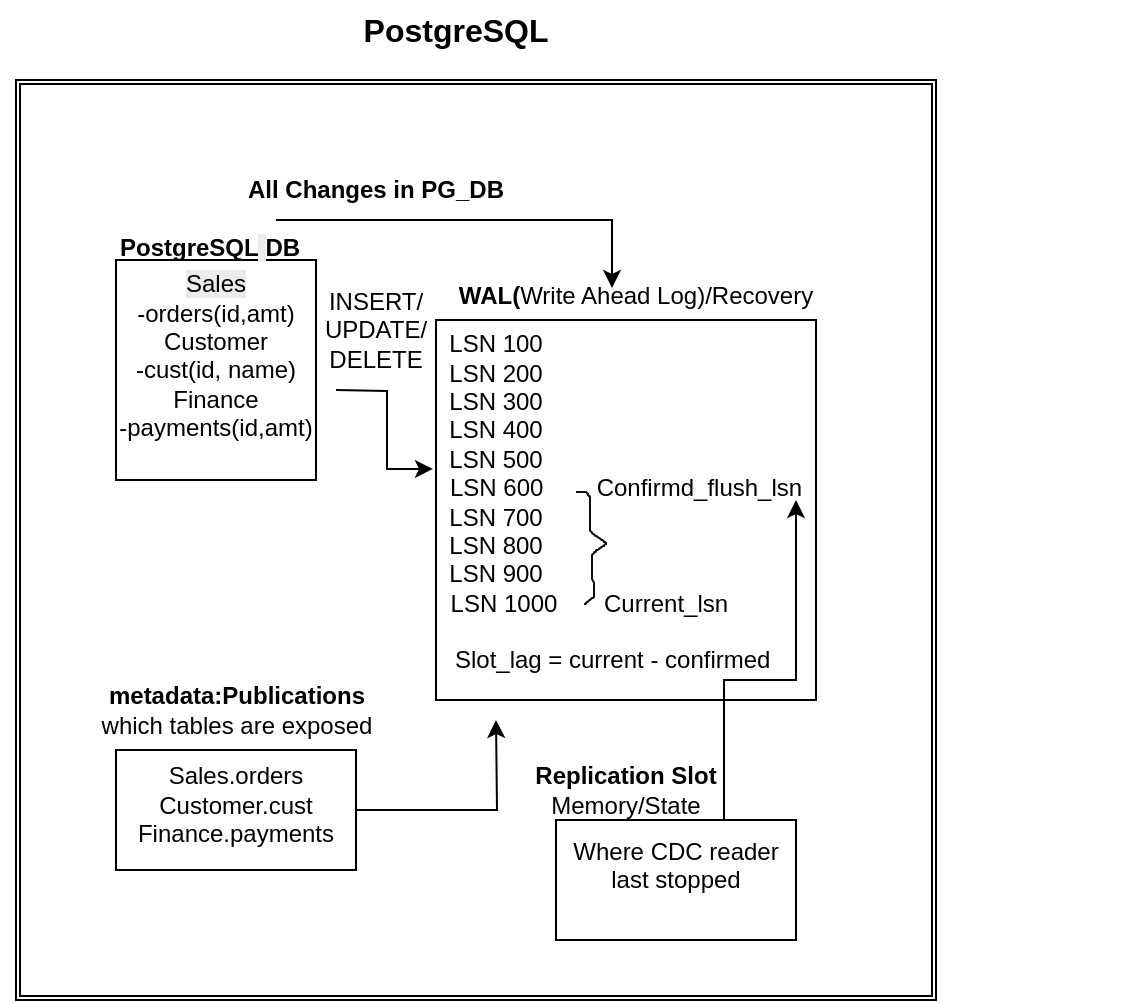
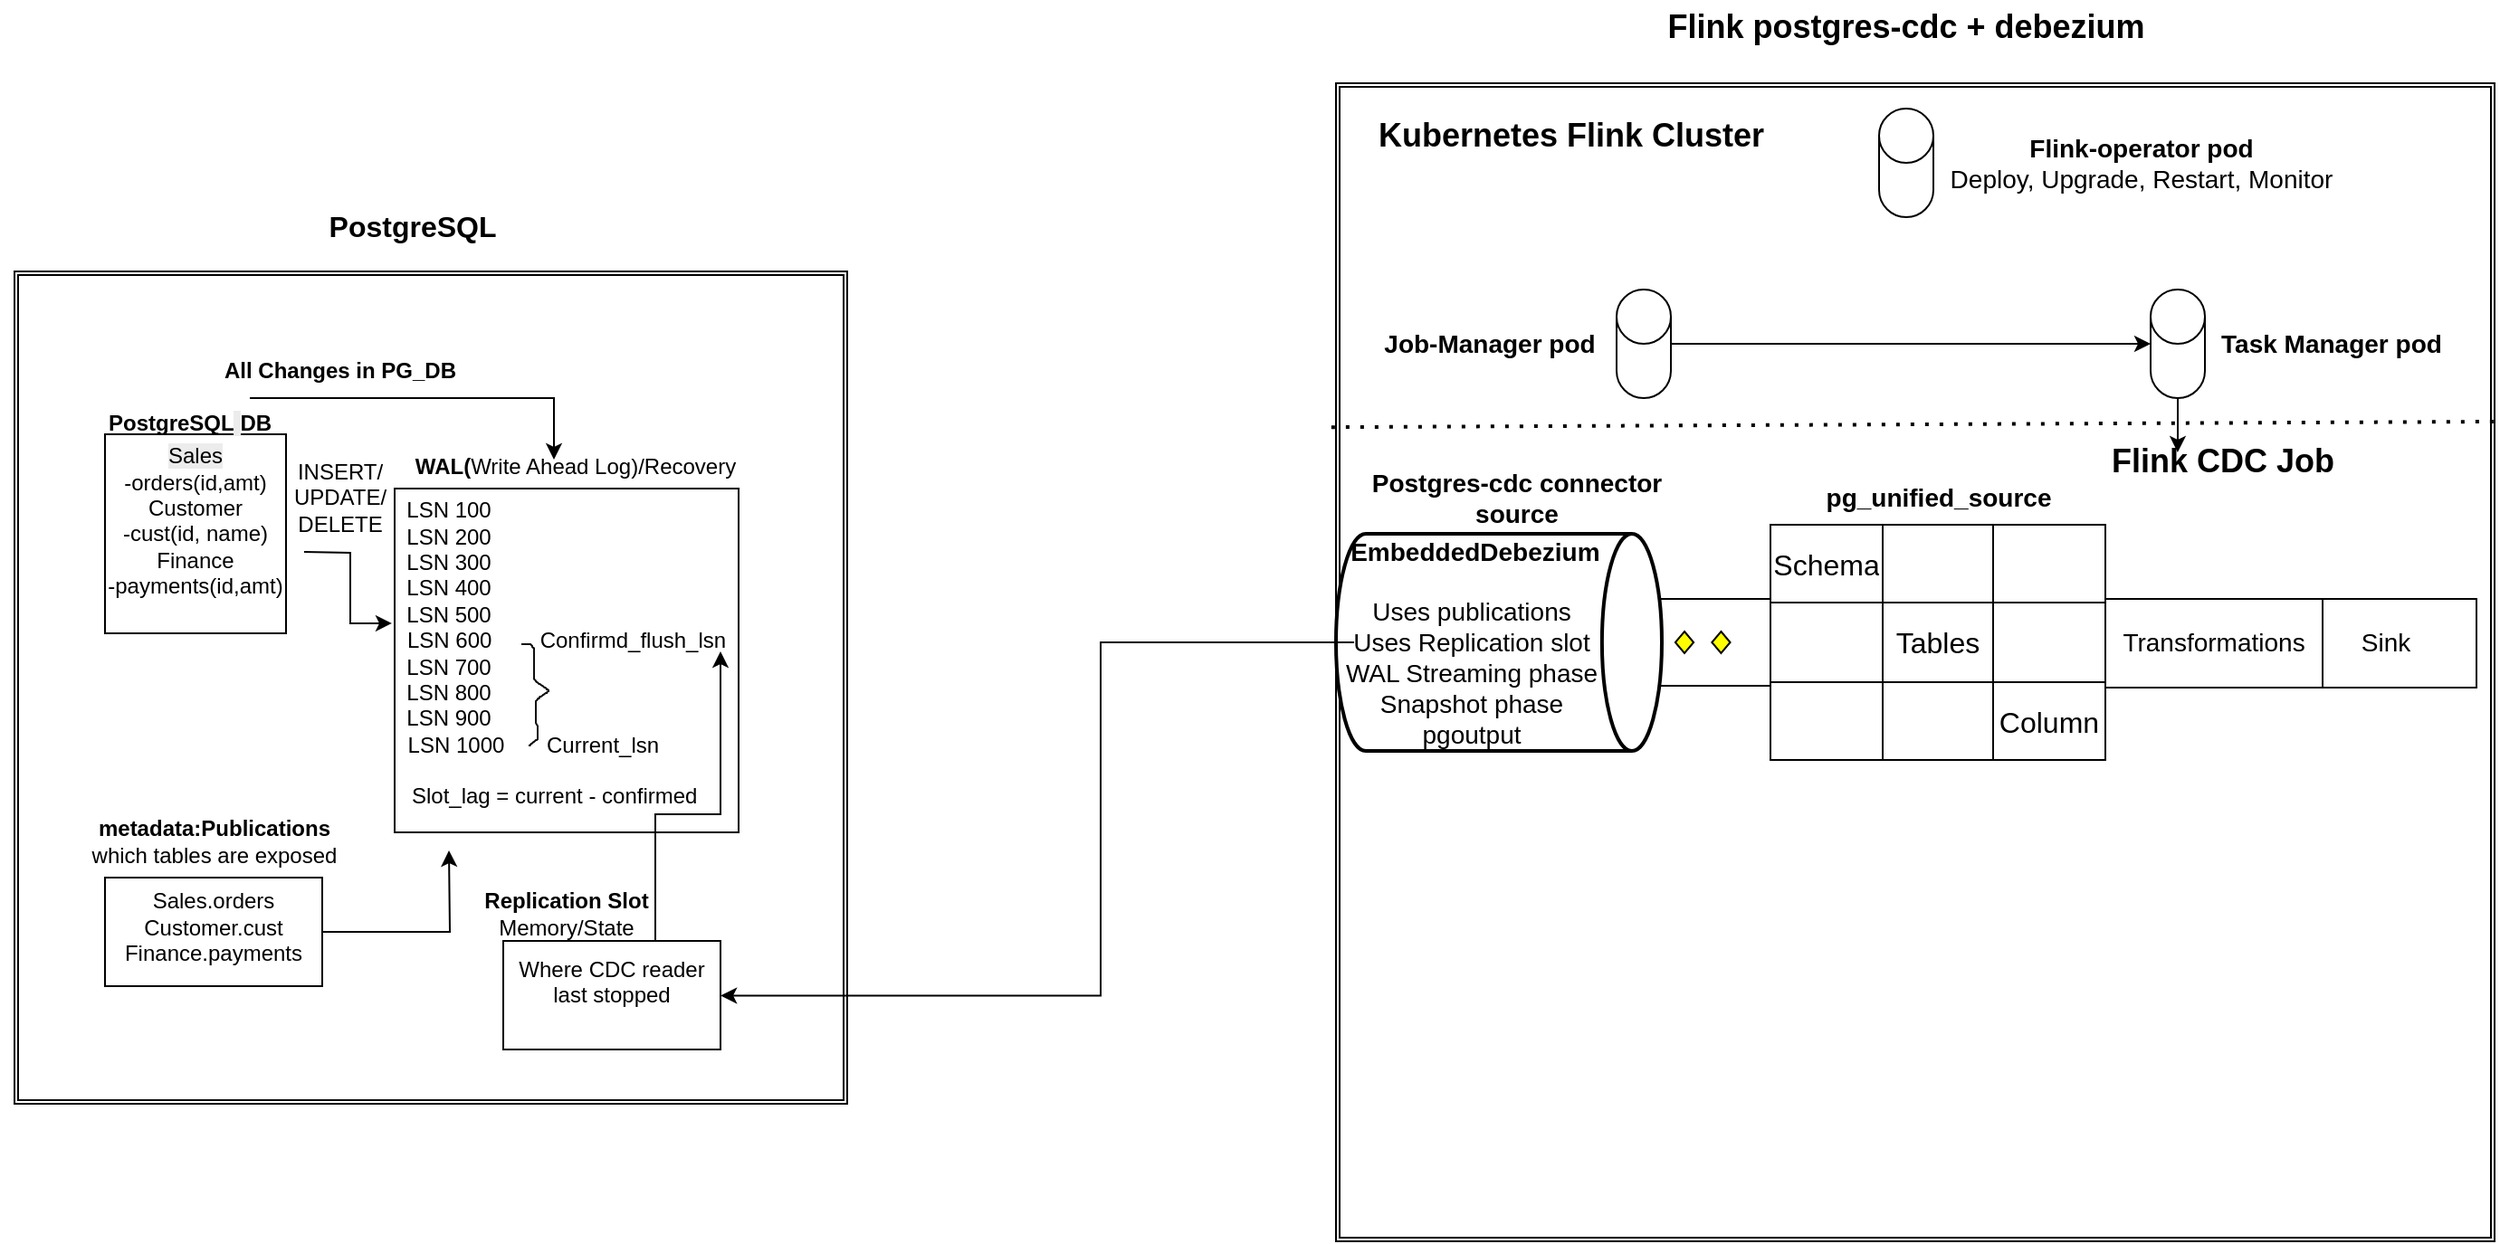
<mxfile host="app.diagrams.net">
  <diagram name="Page-1" id="Q_ZsLJstPfYgno72QKXt">
-     <mxGraphModel dx="2095" dy="1791" grid="1" gridSize="10" guides="1" tooltips="1" connect="1" arrows="1" fold="1" page="1" pageScale="1" pageWidth="850" pageHeight="1100" math="0" shadow="0">
+     <mxGraphModel dx="2315" dy="1913" grid="1" gridSize="10" guides="1" tooltips="1" connect="1" arrows="1" fold="1" page="1" pageScale="1" pageWidth="850" pageHeight="1100" math="0" shadow="0">
      <root>
        <mxCell id="0" />
        <mxCell id="1" parent="0" />
        <mxCell id="VMq2Wqnuxfh8W9JdA98s-28" edge="1" parent="1" style="edgeStyle=orthogonalEdgeStyle;rounded=0;orthogonalLoop=1;jettySize=auto;html=1;exitX=0.5;exitY=1;exitDx=0;exitDy=0;">
          <mxGeometry relative="1" as="geometry">
            <mxPoint x="95" y="410" as="sourcePoint" />
            <mxPoint x="95" y="410" as="targetPoint" />
          </mxGeometry>
        </mxCell>
        <mxCell id="Xwf5mjqP0tRMwdR2nsjf-1" parent="1" style="shape=ext;double=1;whiteSpace=wrap;html=1;aspect=fixed;" value="" vertex="1">
          <mxGeometry height="460" width="460" x="-460" y="-40" as="geometry" />
        </mxCell>
        <mxCell id="Xwf5mjqP0tRMwdR2nsjf-2" parent="1" style="rounded=0;whiteSpace=wrap;html=1;" value="&lt;span style=&quot;caret-color: rgb(0, 0, 0); color: rgb(0, 0, 0); font-family: Helvetica; font-size: 12px; font-style: normal; font-variant-caps: normal; font-weight: 400; letter-spacing: normal; orphans: 2; text-align: center; text-indent: 0px; text-transform: none; white-space: normal; widows: 2; word-spacing: 0px; -webkit-text-stroke-width: 0px; background-color: rgb(236, 236, 236); text-decoration: none; display: inline !important; float: none;&quot;&gt;Sales&lt;/span&gt;&lt;br style=&quot;caret-color: rgb(0, 0, 0); color: rgb(0, 0, 0); font-family: Helvetica; font-size: 12px; font-style: normal; font-variant-caps: normal; font-weight: 400; letter-spacing: normal; orphans: 2; text-align: center; text-indent: 0px; text-transform: none; white-space: normal; widows: 2; word-spacing: 0px; -webkit-text-stroke-width: 0px; text-decoration-line: none; text-decoration-thickness: auto; text-decoration-style: solid;&quot;&gt;&lt;div style=&quot;caret-color: rgb(0, 0, 0); color: rgb(0, 0, 0); font-family: Helvetica; font-size: 12px; font-style: normal; font-variant-caps: normal; font-weight: 400; letter-spacing: normal; orphans: 2; text-align: center; text-indent: 0px; text-transform: none; white-space: normal; widows: 2; word-spacing: 0px; -webkit-text-stroke-width: 0px; text-decoration-line: none; text-decoration-thickness: auto; text-decoration-style: solid;&quot;&gt;-orders(id,amt)&lt;/div&gt;&lt;div style=&quot;caret-color: rgb(0, 0, 0); color: rgb(0, 0, 0); font-family: Helvetica; font-size: 12px; font-style: normal; font-variant-caps: normal; font-weight: 400; letter-spacing: normal; orphans: 2; text-align: center; text-indent: 0px; text-transform: none; white-space: normal; widows: 2; word-spacing: 0px; -webkit-text-stroke-width: 0px; text-decoration-line: none; text-decoration-thickness: auto; text-decoration-style: solid;&quot;&gt;Customer&lt;/div&gt;&lt;div style=&quot;caret-color: rgb(0, 0, 0); color: rgb(0, 0, 0); font-family: Helvetica; font-size: 12px; font-style: normal; font-variant-caps: normal; font-weight: 400; letter-spacing: normal; orphans: 2; text-align: center; text-indent: 0px; text-transform: none; white-space: normal; widows: 2; word-spacing: 0px; -webkit-text-stroke-width: 0px; text-decoration-line: none; text-decoration-thickness: auto; text-decoration-style: solid;&quot;&gt;-cust(id, name)&lt;/div&gt;&lt;div style=&quot;caret-color: rgb(0, 0, 0); color: rgb(0, 0, 0); font-family: Helvetica; font-size: 12px; font-style: normal; font-variant-caps: normal; font-weight: 400; letter-spacing: normal; orphans: 2; text-align: center; text-indent: 0px; text-transform: none; white-space: normal; widows: 2; word-spacing: 0px; -webkit-text-stroke-width: 0px; text-decoration-line: none; text-decoration-thickness: auto; text-decoration-style: solid;&quot;&gt;Finance&lt;/div&gt;&lt;div style=&quot;caret-color: rgb(0, 0, 0); color: rgb(0, 0, 0); font-family: Helvetica; font-size: 12px; font-style: normal; font-variant-caps: normal; font-weight: 400; letter-spacing: normal; orphans: 2; text-align: center; text-indent: 0px; text-transform: none; white-space: normal; widows: 2; word-spacing: 0px; -webkit-text-stroke-width: 0px; text-decoration-line: none; text-decoration-thickness: auto; text-decoration-style: solid;&quot;&gt;-payments(id,amt)&lt;/div&gt;&lt;br class=&quot;Apple-interchange-newline&quot;&gt;" vertex="1">
          <mxGeometry height="110" width="100" x="-410" y="50" as="geometry" />
        </mxCell>
        <mxCell id="Xwf5mjqP0tRMwdR2nsjf-3" parent="1" style="whiteSpace=wrap;html=1;aspect=fixed;" value="" vertex="1">
          <mxGeometry height="190" width="190" x="-250" y="80" as="geometry" />
        </mxCell>
        <mxCell id="Xwf5mjqP0tRMwdR2nsjf-4" edge="1" parent="1" style="edgeStyle=orthogonalEdgeStyle;rounded=0;orthogonalLoop=1;jettySize=auto;html=1;exitX=1;exitY=0.5;exitDx=0;exitDy=0;entryX=-0.008;entryY=0.392;entryDx=0;entryDy=0;entryPerimeter=0;" target="Xwf5mjqP0tRMwdR2nsjf-3">
          <mxGeometry relative="1" as="geometry">
            <mxPoint x="-300" y="115" as="sourcePoint" />
          </mxGeometry>
        </mxCell>
        <mxCell id="Xwf5mjqP0tRMwdR2nsjf-5" parent="1" style="text;html=1;whiteSpace=wrap;strokeColor=none;fillColor=light-dark(transparent,#00E600);align=center;verticalAlign=middle;rounded=0;" value="INSERT/&lt;div&gt;UPDATE/&lt;/div&gt;&lt;div&gt;DELETE&lt;/div&gt;" vertex="1">
          <mxGeometry height="30" width="60" x="-310" y="70" as="geometry" />
        </mxCell>
        <mxCell id="Xwf5mjqP0tRMwdR2nsjf-6" parent="1" style="text;whiteSpace=wrap;html=1;" value="&lt;b style=&quot;caret-color: rgb(0, 0, 0); color: rgb(0, 0, 0); font-family: Helvetica; font-size: 12px; font-style: normal; font-variant-caps: normal; letter-spacing: normal; orphans: 2; text-align: center; text-indent: 0px; text-transform: none; white-space: normal; widows: 2; word-spacing: 0px; -webkit-text-stroke-width: 0px; text-decoration-line: none; text-decoration-thickness: auto; text-decoration-style: solid;&quot;&gt;PostgreSQL&lt;/b&gt;&lt;span style=&quot;caret-color: rgb(0, 0, 0); color: rgb(0, 0, 0); font-family: Helvetica; font-size: 12px; font-style: normal; font-variant-caps: normal; font-weight: 400; letter-spacing: normal; orphans: 2; text-align: center; text-indent: 0px; text-transform: none; white-space: normal; widows: 2; word-spacing: 0px; -webkit-text-stroke-width: 0px; background-color: rgb(236, 236, 236); text-decoration: none; display: inline !important; float: none;&quot;&gt;&lt;span class=&quot;Apple-converted-space&quot;&gt;&amp;nbsp;&lt;/span&gt;&lt;/span&gt;&lt;b style=&quot;caret-color: rgb(0, 0, 0); color: rgb(0, 0, 0); font-family: Helvetica; font-size: 12px; font-style: normal; font-variant-caps: normal; letter-spacing: normal; orphans: 2; text-align: center; text-indent: 0px; text-transform: none; white-space: normal; widows: 2; word-spacing: 0px; -webkit-text-stroke-width: 0px; text-decoration-line: none; text-decoration-thickness: auto; text-decoration-style: solid;&quot;&gt;DB&lt;/b&gt;" vertex="1">
          <mxGeometry height="30" width="80" x="-410" y="30" as="geometry" />
        </mxCell>
        <mxCell id="Xwf5mjqP0tRMwdR2nsjf-7" parent="1" style="shape=stencil(xZrNbhtHEISfhtfB7s7O39lx3sOA5YiIIhmykthvnyF4iOGqfIMOAuRGUf0tOT2929XFueR3Xx4/fH64HNuXt9eXXx/+vH58e7zkny7HcX1+fHi9vs1Xl/z+kt99enl9+OX15ffnj/e/P3+4Rd5e/fbyx+0KX+/clrbtBh3btx/e+Pke/nR9/vfhe6otEJ5TzoHwEvsyNfZleuzL7NHUBHOzB1e7B5e7B9cbLYVoLUSLIVoN0f3NwfXmaO0H15vNes8C8aYe+oB4yc+e8vnP8afkZ08Nrq/xRzpyLL52iJf857TT9SX/OZUG8ZL/Rbzk/0zbEYs/ayx+7JH4knLo+iV1qE+Nr+mA+nTxLXT9lgrVm8T3tFE9m/iT6s3ED6o3iR8ph64/Ug/Vz+xQR6hAZ4vaQxVx62mhktuPtIVqYgIjBszbOlQVE+ihstjP1EL7PDv5HtroCdTYJ9RUYqVR04jtdEtnbKdnOwndzRNosZ0e6Qh9wq3BhkpjAiVUGhMYoZ2ePbPHgCPl0E5PoIUeArOt1VBpzL6zh0pjAiW007PzkNKxAEkdA1TWOgo0Fi8OQPWiQGf5osAI6osJxATGBGIKY2romMSYQExjTNUdExkTiKmMfARlxhT2MZ0xgZjQmEBMaeSTpYZI/wmQ1iiized0QlqjqDgvqUEtFVXnFcWJBUicFNXzDcVJ0bROBUp2haaVgappbSh/qqa1o/ypmqWO8qdqlmbbpU/QRTPQdNEDBVaTRc9RkQRWkzVMgARW09FqTxuUd5NFL4Aui54ASbiui95RwnXZ6fNACdc1S0fq9AmapQWgWWJgaJYyqsqhWcqoKodm6URVaYEKN1Ac0H1YALoPC0D3oaAy3jfdiILS2BOkjR1R0wl3aZwwC18AmtqKgt1sXkPBbsqjoWA3QE8H3NfmnlgAmlYGzH3dcYYwj5qBM4R5mA2cIfRxWRbmvyx6Aegjv7Afq02lsCGrbauwI6uNsbAlq613AWhzXwG6aHZ9LUCDkwHY91VFU9jIVc20AnQfFoDuA3vFFqBZTqVoYbdYxW5hu1jldGG/WAV7YcPYAjTLGaClHW4gC9DwZwA2mS1Aw58FaPgzAPvMFsDhT4DKRrMB2Gi2AM5yCrDRbAGatAzARrMFaNIyABvNBmCj2QAVpxQL0NBhAPaNDcC+sQVI4RuAfWMFGvvGFiBxbAHSxgZg39gA7BtbgGSoAdg3NgD7xhYgzWcA9o0tQIrMAOwbW4D0kgHYaLYA6SXt01PJkjhRJdDYN1at0dg3VjXT2QY2ANvAFiDpYAC2gQ3ANrAFSAlYgJSAAdgGtgApAQOwDWwAdnUtQErAAOzqWgA9VwUWnqsD0HNVgB1RBQY7ohYgR9QA7FdagKSDAdivtAC5iQZgN9ECqDXkyTfYTdRn62DrTp/eK0D6w38OyLQ72E3UH48Gm4n689RgL9EcnWGfLw7oPiwATSs7iXqcbbCTqOflBjuJeuBvsM+nJwpXgGaJjUE9EznYGLQAiUQ9pfmdjewJPee4IPSk6ZIwZ7f+D2K++Pvc+Kfr09P92Pn3///xnPl8635GPb//Cw==);fillColor=none;strokeColor=light-dark(#0F0F0F,#0F0F0F);" value="" vertex="1">
          <mxGeometry height="56" width="15" x="-180" y="166" as="geometry" />
        </mxCell>
        <mxCell id="Xwf5mjqP0tRMwdR2nsjf-8" edge="1" parent="1" source="Xwf5mjqP0tRMwdR2nsjf-9" style="edgeStyle=orthogonalEdgeStyle;rounded=0;orthogonalLoop=1;jettySize=auto;html=1;">
          <mxGeometry relative="1" as="geometry">
            <mxPoint x="-220" y="280" as="targetPoint" />
          </mxGeometry>
        </mxCell>
        <mxCell id="Xwf5mjqP0tRMwdR2nsjf-9" parent="1" style="rounded=0;whiteSpace=wrap;html=1;" value="" vertex="1">
          <mxGeometry height="60" width="120" x="-410" y="295" as="geometry" />
        </mxCell>
        <mxCell id="Xwf5mjqP0tRMwdR2nsjf-10" parent="1" style="text;html=1;whiteSpace=wrap;strokeColor=none;fillColor=none;align=center;verticalAlign=middle;rounded=0;" value="&lt;div&gt;&lt;br&gt;&lt;/div&gt;&lt;div&gt;&lt;div&gt;&lt;br&gt;&lt;/div&gt;Sales.orders&lt;div&gt;Customer.cust&lt;/div&gt;&lt;div&gt;Finance.payments&lt;/div&gt;&lt;/div&gt;&lt;div&gt;&lt;br&gt;&lt;/div&gt;" vertex="1">
          <mxGeometry height="30" width="60" x="-380" y="300" as="geometry" />
        </mxCell>
        <mxCell id="Xwf5mjqP0tRMwdR2nsjf-11" parent="1" style="rounded=0;whiteSpace=wrap;html=1;" value="Where CDC reader last stopped&lt;div&gt;&lt;br&gt;&lt;/div&gt;" vertex="1">
          <mxGeometry height="60" width="120" x="-190" y="330" as="geometry" />
        </mxCell>
        <mxCell id="Xwf5mjqP0tRMwdR2nsjf-12" parent="1" style="text;html=1;whiteSpace=wrap;strokeColor=none;fillColor=none;align=center;verticalAlign=middle;rounded=0;" value="&lt;b&gt;Replication Slot&lt;/b&gt;&lt;div&gt;Memory/State&lt;/div&gt;" vertex="1">
          <mxGeometry height="30" width="110" x="-210" y="300" as="geometry" />
        </mxCell>
        <mxCell id="Xwf5mjqP0tRMwdR2nsjf-13" edge="1" parent="1" source="Xwf5mjqP0tRMwdR2nsjf-11" style="edgeStyle=orthogonalEdgeStyle;rounded=0;orthogonalLoop=1;jettySize=auto;html=1;entryX=0.841;entryY=0.5;entryDx=0;entryDy=0;entryPerimeter=0;exitX=0.7;exitY=0;exitDx=0;exitDy=0;exitPerimeter=0;">
          <mxGeometry relative="1" as="geometry">
            <Array as="points">
              <mxPoint x="-106" y="260" />
              <mxPoint x="-70" y="260" />
            </Array>
            <mxPoint x="-70" y="170" as="targetPoint" />
          </mxGeometry>
        </mxCell>
        <mxCell id="Xwf5mjqP0tRMwdR2nsjf-14" edge="1" parent="1" source="Xwf5mjqP0tRMwdR2nsjf-6" style="edgeStyle=orthogonalEdgeStyle;rounded=0;orthogonalLoop=1;jettySize=auto;html=1;entryX=0.468;entryY=0.133;entryDx=0;entryDy=0;entryPerimeter=0;">
          <mxGeometry relative="1" as="geometry">
            <Array as="points">
              <mxPoint x="-162" y="30" />
            </Array>
            <mxPoint x="-380" y="20" as="sourcePoint" />
            <mxPoint x="-162" y="64" as="targetPoint" />
          </mxGeometry>
        </mxCell>
        <mxCell id="Xwf5mjqP0tRMwdR2nsjf-15" parent="1" style="text;html=1;whiteSpace=wrap;strokeColor=none;fillColor=none;align=center;verticalAlign=middle;rounded=0;" value="&lt;b&gt;All Changes in PG_DB&lt;/b&gt;" vertex="1">
          <mxGeometry height="30" width="240" x="-400" as="geometry" />
        </mxCell>
        <mxCell id="Xwf5mjqP0tRMwdR2nsjf-16" parent="1" style="text;html=1;whiteSpace=wrap;strokeColor=none;fillColor=none;align=center;verticalAlign=middle;rounded=0;" value="&lt;b&gt;WAL(&lt;/b&gt;Write Ahead Log)/Recovery&lt;div&gt;&lt;br&gt;&lt;/div&gt;" vertex="1">
          <mxGeometry height="30" width="220" x="-260" y="60" as="geometry" />
        </mxCell>
        <mxCell id="Xwf5mjqP0tRMwdR2nsjf-18" parent="1" style="text;html=1;whiteSpace=wrap;strokeColor=none;fillColor=none;align=center;verticalAlign=middle;rounded=0;" value="LSN 100&lt;div&gt;LSN 200&lt;/div&gt;&lt;div&gt;LSN 300&lt;br&gt;&lt;/div&gt;&lt;div&gt;LSN 400&lt;br&gt;&lt;/div&gt;&lt;div&gt;LSN 500&lt;br&gt;&lt;/div&gt;&lt;div&gt;&amp;nbsp; &amp;nbsp; &amp;nbsp; &amp;nbsp; &amp;nbsp; &amp;nbsp; &amp;nbsp; &amp;nbsp; &amp;nbsp; &amp;nbsp; &amp;nbsp; &amp;nbsp; &amp;nbsp; &amp;nbsp; &amp;nbsp; &amp;nbsp; &amp;nbsp; &amp;nbsp; &amp;nbsp; &amp;nbsp;LSN 600 &amp;nbsp; &amp;nbsp; &amp;nbsp; &amp;nbsp;Confirmd_flush_lsn&lt;br&gt;&lt;/div&gt;&lt;div&gt;LSN 700&lt;br&gt;&lt;/div&gt;&lt;div&gt;LSN 800&lt;br&gt;&lt;/div&gt;&lt;div&gt;LSN 900&lt;br&gt;&lt;/div&gt;&lt;div&gt;&amp;nbsp; &amp;nbsp; &amp;nbsp; &amp;nbsp; &amp;nbsp; &amp;nbsp; &amp;nbsp; &amp;nbsp; &amp;nbsp; &amp;nbsp; &amp;nbsp; &amp;nbsp; &amp;nbsp; &amp;nbsp; LSN 1000 &amp;nbsp; &amp;nbsp; &amp;nbsp; Current_lsn&lt;br&gt;&lt;/div&gt;&lt;div&gt;&lt;br&gt;&lt;/div&gt;&lt;div&gt;&amp;nbsp; &amp;nbsp; &amp;nbsp; &amp;nbsp; &amp;nbsp; &amp;nbsp; &amp;nbsp; &amp;nbsp; &amp;nbsp; &amp;nbsp; &amp;nbsp; &amp;nbsp; &amp;nbsp; &amp;nbsp; &amp;nbsp; &amp;nbsp; &amp;nbsp; &amp;nbsp;Slot_lag = current - confirmed&lt;/div&gt;" vertex="1">
          <mxGeometry height="30" width="440" x="-440" y="156" as="geometry" />
        </mxCell>
        <mxCell id="Xwf5mjqP0tRMwdR2nsjf-19" parent="1" style="text;html=1;whiteSpace=wrap;strokeColor=none;fillColor=none;align=center;verticalAlign=middle;rounded=0;fontStyle=1" value="&lt;div&gt;metadata:Publications&lt;/div&gt;&lt;div&gt;&lt;span style=&quot;font-weight: 400;&quot;&gt;which tables are exposed&lt;/span&gt;&lt;br&gt;&lt;/div&gt;" vertex="1">
          <mxGeometry height="30" width="235" x="-467.5" y="260" as="geometry" />
        </mxCell>
        <mxCell id="Xwf5mjqP0tRMwdR2nsjf-20" parent="1" style="text;html=1;whiteSpace=wrap;strokeColor=none;fillColor=none;align=center;verticalAlign=middle;rounded=0;" value="&lt;font size=&quot;3&quot;&gt;&lt;b&gt;PostgreSQL&lt;/b&gt;&lt;/font&gt;" vertex="1">
          <mxGeometry height="30" width="60" x="-270" y="-80" as="geometry" />
        </mxCell>
+         <mxCell id="IJyYXr3EG7hztX1UU505-4" parent="1" style="shape=ext;double=1;whiteSpace=wrap;html=1;aspect=fixed;" value="" vertex="1">
+           <mxGeometry height="640" width="640" x="270" y="-144" as="geometry" />
+         </mxCell>
+         <mxCell id="IJyYXr3EG7hztX1UU505-5" edge="1" parent="1" source="IJyYXr3EG7hztX1UU505-4" style="endArrow=none;dashed=1;html=1;dashPattern=1 3;strokeWidth=2;rounded=0;exitX=-0.004;exitY=0.297;exitDx=0;exitDy=0;exitPerimeter=0;" value="">
+           <mxGeometry height="50" relative="1" width="50" as="geometry">
+             <mxPoint x="330" y="190" as="sourcePoint" />
+             <mxPoint x="910" y="43" as="targetPoint" />
+           </mxGeometry>
+         </mxCell>
+         <mxCell id="IJyYXr3EG7hztX1UU505-7" parent="1" style="shape=cylinder3;whiteSpace=wrap;html=1;boundedLbl=1;backgroundOutline=1;size=15;" value="" vertex="1">
+           <mxGeometry height="60" width="30" x="570" y="-130" as="geometry" />
+         </mxCell>
+         <mxCell id="IJyYXr3EG7hztX1UU505-8" parent="1" style="shape=cylinder3;whiteSpace=wrap;html=1;boundedLbl=1;backgroundOutline=1;size=15;" value="" vertex="1">
+           <mxGeometry height="60" width="30" x="425" y="-30" as="geometry" />
+         </mxCell>
+         <mxCell id="IJyYXr3EG7hztX1UU505-9" parent="1" style="shape=cylinder3;whiteSpace=wrap;html=1;boundedLbl=1;backgroundOutline=1;size=15;" value="" vertex="1">
+           <mxGeometry height="60" width="30" x="720" y="-30" as="geometry" />
+         </mxCell>
+         <mxCell id="IJyYXr3EG7hztX1UU505-25" parent="1" style="text;html=1;whiteSpace=wrap;strokeColor=none;fillColor=none;align=center;verticalAlign=middle;rounded=0;" value="&lt;b&gt;&lt;font style=&quot;font-size: 18px;&quot;&gt;Flink postgres-cdc + debezium&lt;/font&gt;&lt;/b&gt;" vertex="1">
+           <mxGeometry height="30" width="410" x="380" y="-190" as="geometry" />
+         </mxCell>
+         <mxCell id="IJyYXr3EG7hztX1UU505-26" parent="1" style="text;html=1;whiteSpace=wrap;strokeColor=none;fillColor=none;align=center;verticalAlign=middle;rounded=0;" value="&lt;b&gt;&lt;font style=&quot;font-size: 18px;&quot;&gt;Kubernetes Flink Cluster&lt;/font&gt;&lt;/b&gt;" vertex="1">
+           <mxGeometry height="30" width="220" x="290" y="-130" as="geometry" />
+         </mxCell>
+         <mxCell id="IJyYXr3EG7hztX1UU505-27" parent="1" style="text;html=1;whiteSpace=wrap;strokeColor=none;fillColor=none;align=center;verticalAlign=middle;rounded=0;" value="&lt;b&gt;&lt;font style=&quot;font-size: 14px;&quot;&gt;Flink-operator pod&lt;/font&gt;&lt;/b&gt;&lt;div&gt;&lt;font style=&quot;font-size: 14px;&quot;&gt;Deploy, Upgrade, Restart, Monitor&lt;/font&gt;&lt;/div&gt;" vertex="1">
+           <mxGeometry height="30" width="290" x="570" y="-115" as="geometry" />
+         </mxCell>
+         <mxCell id="IJyYXr3EG7hztX1UU505-28" parent="1" style="text;html=1;whiteSpace=wrap;strokeColor=none;fillColor=none;align=center;verticalAlign=middle;rounded=0;" value="&lt;b&gt;&lt;font style=&quot;font-size: 14px;&quot;&gt;Job-Manager pod&lt;/font&gt;&lt;/b&gt;" vertex="1">
+           <mxGeometry height="30" width="150" x="280" y="-15" as="geometry" />
+         </mxCell>
+         <mxCell id="IJyYXr3EG7hztX1UU505-29" parent="1" style="text;html=1;whiteSpace=wrap;strokeColor=none;fillColor=none;align=center;verticalAlign=middle;rounded=0;" value="&lt;b&gt;&lt;font style=&quot;font-size: 14px;&quot;&gt;Task Manager pod&lt;/font&gt;&lt;/b&gt;" vertex="1">
+           <mxGeometry height="30" width="160" x="740" y="-15" as="geometry" />
+         </mxCell>
+         <mxCell id="IJyYXr3EG7hztX1UU505-30" edge="1" parent="1" source="IJyYXr3EG7hztX1UU505-8" style="edgeStyle=orthogonalEdgeStyle;rounded=0;orthogonalLoop=1;jettySize=auto;html=1;entryX=0;entryY=0.5;entryDx=0;entryDy=0;entryPerimeter=0;" target="IJyYXr3EG7hztX1UU505-9">
+           <mxGeometry relative="1" as="geometry" />
+         </mxCell>
+         <mxCell id="IJyYXr3EG7hztX1UU505-31" parent="1" style="text;html=1;whiteSpace=wrap;strokeColor=none;fillColor=none;align=center;verticalAlign=middle;rounded=0;" value="&lt;b&gt;&lt;font style=&quot;font-size: 14px;&quot;&gt;pg_unified_source&lt;/font&gt;&lt;/b&gt;" vertex="1">
+           <mxGeometry height="30" width="140" x="532.5" y="70" as="geometry" />
+         </mxCell>
+         <mxCell id="IJyYXr3EG7hztX1UU505-39" parent="1" style="text;html=1;whiteSpace=wrap;strokeColor=none;fillColor=none;align=center;verticalAlign=middle;rounded=0;" value="&lt;b&gt;&lt;font style=&quot;font-size: 18px;&quot;&gt;Flink CDC Job&lt;/font&gt;&lt;/b&gt;" vertex="1">
+           <mxGeometry height="30" width="140" x="690" y="50" as="geometry" />
+         </mxCell>
+         <mxCell id="IJyYXr3EG7hztX1UU505-10" parent="1" style="shape=table;startSize=0;container=1;collapsible=0;childLayout=tableLayout;fontSize=16;" value="" vertex="1">
+           <mxGeometry height="130" width="185" x="510" y="100" as="geometry" />
+         </mxCell>
+         <mxCell id="IJyYXr3EG7hztX1UU505-11" parent="IJyYXr3EG7hztX1UU505-10" style="shape=tableRow;horizontal=0;startSize=0;swimlaneHead=0;swimlaneBody=0;strokeColor=inherit;top=0;left=0;bottom=0;right=0;collapsible=0;dropTarget=0;fillColor=none;points=[[0,0.5],[1,0.5]];portConstraint=eastwest;fontSize=16;" value="" vertex="1">
+           <mxGeometry height="43" width="185" as="geometry" />
+         </mxCell>
+         <mxCell id="IJyYXr3EG7hztX1UU505-12" parent="IJyYXr3EG7hztX1UU505-11" style="shape=partialRectangle;html=1;whiteSpace=wrap;connectable=0;strokeColor=inherit;overflow=hidden;fillColor=none;top=0;left=0;bottom=0;right=0;pointerEvents=1;fontSize=16;" value="Schema" vertex="1">
+           <mxGeometry height="43" width="62" as="geometry">
+             <mxRectangle height="43" width="62" as="alternateBounds" />
+           </mxGeometry>
+         </mxCell>
+         <mxCell id="IJyYXr3EG7hztX1UU505-13" parent="IJyYXr3EG7hztX1UU505-11" style="shape=partialRectangle;html=1;whiteSpace=wrap;connectable=0;strokeColor=inherit;overflow=hidden;fillColor=none;top=0;left=0;bottom=0;right=0;pointerEvents=1;fontSize=16;" value="" vertex="1">
+           <mxGeometry height="43" width="61" x="62" as="geometry">
+             <mxRectangle height="43" width="61" as="alternateBounds" />
+           </mxGeometry>
+         </mxCell>
+         <mxCell id="IJyYXr3EG7hztX1UU505-14" parent="IJyYXr3EG7hztX1UU505-11" style="shape=partialRectangle;html=1;whiteSpace=wrap;connectable=0;strokeColor=inherit;overflow=hidden;fillColor=none;top=0;left=0;bottom=0;right=0;pointerEvents=1;fontSize=16;" value="" vertex="1">
+           <mxGeometry height="43" width="62" x="123" as="geometry">
+             <mxRectangle height="43" width="62" as="alternateBounds" />
+           </mxGeometry>
+         </mxCell>
+         <mxCell id="IJyYXr3EG7hztX1UU505-15" parent="IJyYXr3EG7hztX1UU505-10" style="shape=tableRow;horizontal=0;startSize=0;swimlaneHead=0;swimlaneBody=0;strokeColor=inherit;top=0;left=0;bottom=0;right=0;collapsible=0;dropTarget=0;fillColor=none;points=[[0,0.5],[1,0.5]];portConstraint=eastwest;fontSize=16;" value="" vertex="1">
+           <mxGeometry height="44" width="185" y="43" as="geometry" />
+         </mxCell>
+         <mxCell id="IJyYXr3EG7hztX1UU505-16" parent="IJyYXr3EG7hztX1UU505-15" style="shape=partialRectangle;html=1;whiteSpace=wrap;connectable=0;strokeColor=inherit;overflow=hidden;fillColor=none;top=0;left=0;bottom=0;right=0;pointerEvents=1;fontSize=16;" value="" vertex="1">
+           <mxGeometry height="44" width="62" as="geometry">
+             <mxRectangle height="44" width="62" as="alternateBounds" />
+           </mxGeometry>
+         </mxCell>
+         <mxCell id="IJyYXr3EG7hztX1UU505-17" parent="IJyYXr3EG7hztX1UU505-15" style="shape=partialRectangle;html=1;whiteSpace=wrap;connectable=0;strokeColor=inherit;overflow=hidden;fillColor=none;top=0;left=0;bottom=0;right=0;pointerEvents=1;fontSize=16;" value="Tables" vertex="1">
+           <mxGeometry height="44" width="61" x="62" as="geometry">
+             <mxRectangle height="44" width="61" as="alternateBounds" />
+           </mxGeometry>
+         </mxCell>
+         <mxCell id="IJyYXr3EG7hztX1UU505-18" parent="IJyYXr3EG7hztX1UU505-15" style="shape=partialRectangle;html=1;whiteSpace=wrap;connectable=0;strokeColor=inherit;overflow=hidden;fillColor=none;top=0;left=0;bottom=0;right=0;pointerEvents=1;fontSize=16;" value="" vertex="1">
+           <mxGeometry height="44" width="62" x="123" as="geometry">
+             <mxRectangle height="44" width="62" as="alternateBounds" />
+           </mxGeometry>
+         </mxCell>
+         <mxCell id="IJyYXr3EG7hztX1UU505-19" parent="IJyYXr3EG7hztX1UU505-10" style="shape=tableRow;horizontal=0;startSize=0;swimlaneHead=0;swimlaneBody=0;strokeColor=inherit;top=0;left=0;bottom=0;right=0;collapsible=0;dropTarget=0;fillColor=none;points=[[0,0.5],[1,0.5]];portConstraint=eastwest;fontSize=16;" value="" vertex="1">
+           <mxGeometry height="43" width="185" y="87" as="geometry" />
+         </mxCell>
+         <mxCell id="IJyYXr3EG7hztX1UU505-20" parent="IJyYXr3EG7hztX1UU505-19" style="shape=partialRectangle;html=1;whiteSpace=wrap;connectable=0;strokeColor=inherit;overflow=hidden;fillColor=none;top=0;left=0;bottom=0;right=0;pointerEvents=1;fontSize=16;" value="" vertex="1">
+           <mxGeometry height="43" width="62" as="geometry">
+             <mxRectangle height="43" width="62" as="alternateBounds" />
+           </mxGeometry>
+         </mxCell>
+         <mxCell id="IJyYXr3EG7hztX1UU505-21" parent="IJyYXr3EG7hztX1UU505-19" style="shape=partialRectangle;html=1;whiteSpace=wrap;connectable=0;strokeColor=inherit;overflow=hidden;fillColor=none;top=0;left=0;bottom=0;right=0;pointerEvents=1;fontSize=16;" value="" vertex="1">
+           <mxGeometry height="43" width="61" x="62" as="geometry">
+             <mxRectangle height="43" width="61" as="alternateBounds" />
+           </mxGeometry>
+         </mxCell>
+         <mxCell id="IJyYXr3EG7hztX1UU505-22" parent="IJyYXr3EG7hztX1UU505-19" style="shape=partialRectangle;html=1;whiteSpace=wrap;connectable=0;strokeColor=inherit;overflow=hidden;fillColor=none;top=0;left=0;bottom=0;right=0;pointerEvents=1;fontSize=16;" value="Column" vertex="1">
+           <mxGeometry height="43" width="62" x="123" as="geometry">
+             <mxRectangle height="43" width="62" as="alternateBounds" />
+           </mxGeometry>
+         </mxCell>
+         <mxCell id="IJyYXr3EG7hztX1UU505-43" parent="1" style="verticalLabelPosition=bottom;verticalAlign=top;html=1;shape=mxgraph.flowchart.parallel_mode;accentColor=#ffff00;pointerEvents=1" value="" vertex="1">
+           <mxGeometry height="48" width="95" x="415" y="141" as="geometry" />
+         </mxCell>
+         <mxCell id="IJyYXr3EG7hztX1UU505-44" parent="1" style="strokeWidth=2;html=1;shape=mxgraph.flowchart.direct_data;whiteSpace=wrap;" value="" vertex="1">
+           <mxGeometry height="120" width="180" x="270" y="105" as="geometry" />
+         </mxCell>
+         <mxCell id="IJyYXr3EG7hztX1UU505-45" parent="1" style="text;html=1;whiteSpace=wrap;strokeColor=none;fillColor=none;align=center;verticalAlign=middle;rounded=0;" value="&lt;font style=&quot;font-size: 14px;&quot;&gt;&lt;b&gt;Postgres-cdc connector&lt;/b&gt;&lt;/font&gt;&lt;div&gt;&lt;font style=&quot;font-size: 14px;&quot;&gt;&lt;b&gt;source&lt;/b&gt;&lt;/font&gt;&lt;/div&gt;" vertex="1">
+           <mxGeometry height="30" width="170" x="285" y="70" as="geometry" />
+         </mxCell>
+         <mxCell id="IJyYXr3EG7hztX1UU505-46" parent="1" style="text;html=1;whiteSpace=wrap;strokeColor=none;fillColor=none;align=center;verticalAlign=middle;rounded=0;" value="&lt;b&gt;&lt;font style=&quot;font-size: 14px;&quot;&gt;&amp;nbsp;EmbeddedDebezium&lt;/font&gt;&lt;/b&gt;&lt;div&gt;&lt;b&gt;&lt;font style=&quot;font-size: 14px;&quot;&gt;&lt;br&gt;&lt;/font&gt;&lt;/b&gt;&lt;/div&gt;&lt;div&gt;&lt;font style=&quot;font-size: 14px;&quot;&gt;Uses publications&lt;/font&gt;&lt;/div&gt;&lt;div&gt;&lt;font style=&quot;font-size: 14px;&quot;&gt;Uses Replication slot&lt;/font&gt;&lt;/div&gt;&lt;div&gt;&lt;span style=&quot;font-size: 14px;&quot;&gt;WAL Streaming phase&lt;/span&gt;&lt;/div&gt;&lt;div&gt;&lt;span style=&quot;font-size: 14px;&quot;&gt;Snapshot phase&lt;/span&gt;&lt;/div&gt;&lt;div&gt;&lt;span style=&quot;font-size: 14px;&quot;&gt;pgoutput&lt;/span&gt;&lt;/div&gt;" vertex="1">
+           <mxGeometry height="30" width="130" x="280" y="150" as="geometry" />
+         </mxCell>
+         <mxCell id="IJyYXr3EG7hztX1UU505-47" edge="1" parent="1" source="IJyYXr3EG7hztX1UU505-46" style="edgeStyle=orthogonalEdgeStyle;rounded=0;orthogonalLoop=1;jettySize=auto;html=1;entryX=0.848;entryY=0.87;entryDx=0;entryDy=0;entryPerimeter=0;" target="Xwf5mjqP0tRMwdR2nsjf-1">
+           <mxGeometry relative="1" as="geometry" />
+         </mxCell>
+         <mxCell id="IJyYXr3EG7hztX1UU505-48" edge="1" parent="1" source="IJyYXr3EG7hztX1UU505-9" style="edgeStyle=orthogonalEdgeStyle;rounded=0;orthogonalLoop=1;jettySize=auto;html=1;entryX=0.321;entryY=0.333;entryDx=0;entryDy=0;entryPerimeter=0;" target="IJyYXr3EG7hztX1UU505-39">
+           <mxGeometry relative="1" as="geometry" />
+         </mxCell>
+         <mxCell id="IJyYXr3EG7hztX1UU505-50" parent="1" style="verticalLabelPosition=bottom;verticalAlign=top;html=1;shape=mxgraph.basic.rect;fillColor2=none;strokeWidth=1;size=20;indent=5;" value="" vertex="1">
+           <mxGeometry height="49" width="120" x="695" y="141" as="geometry" />
+         </mxCell>
+         <mxCell id="IJyYXr3EG7hztX1UU505-51" parent="1" style="text;html=1;whiteSpace=wrap;strokeColor=none;fillColor=none;align=center;verticalAlign=middle;rounded=0;" value="&lt;font style=&quot;font-size: 14px;&quot;&gt;Transformations&lt;/font&gt;" vertex="1">
+           <mxGeometry height="30" width="150" x="680" y="150" as="geometry" />
+         </mxCell>
+         <mxCell id="IJyYXr3EG7hztX1UU505-52" parent="1" style="verticalLabelPosition=bottom;verticalAlign=top;html=1;shape=mxgraph.basic.rect;fillColor2=none;strokeWidth=1;size=20;indent=5;" value="" vertex="1">
+           <mxGeometry height="49" width="85" x="815" y="141" as="geometry" />
+         </mxCell>
+         <mxCell id="IJyYXr3EG7hztX1UU505-53" parent="1" style="text;html=1;whiteSpace=wrap;strokeColor=none;fillColor=none;align=center;verticalAlign=middle;rounded=0;" value="&lt;font style=&quot;font-size: 14px;&quot;&gt;Sink&lt;/font&gt;" vertex="1">
+           <mxGeometry height="30" width="60" x="820" y="150" as="geometry" />
+         </mxCell>
      </root>
    </mxGraphModel>
  </diagram>
</mxfile>
